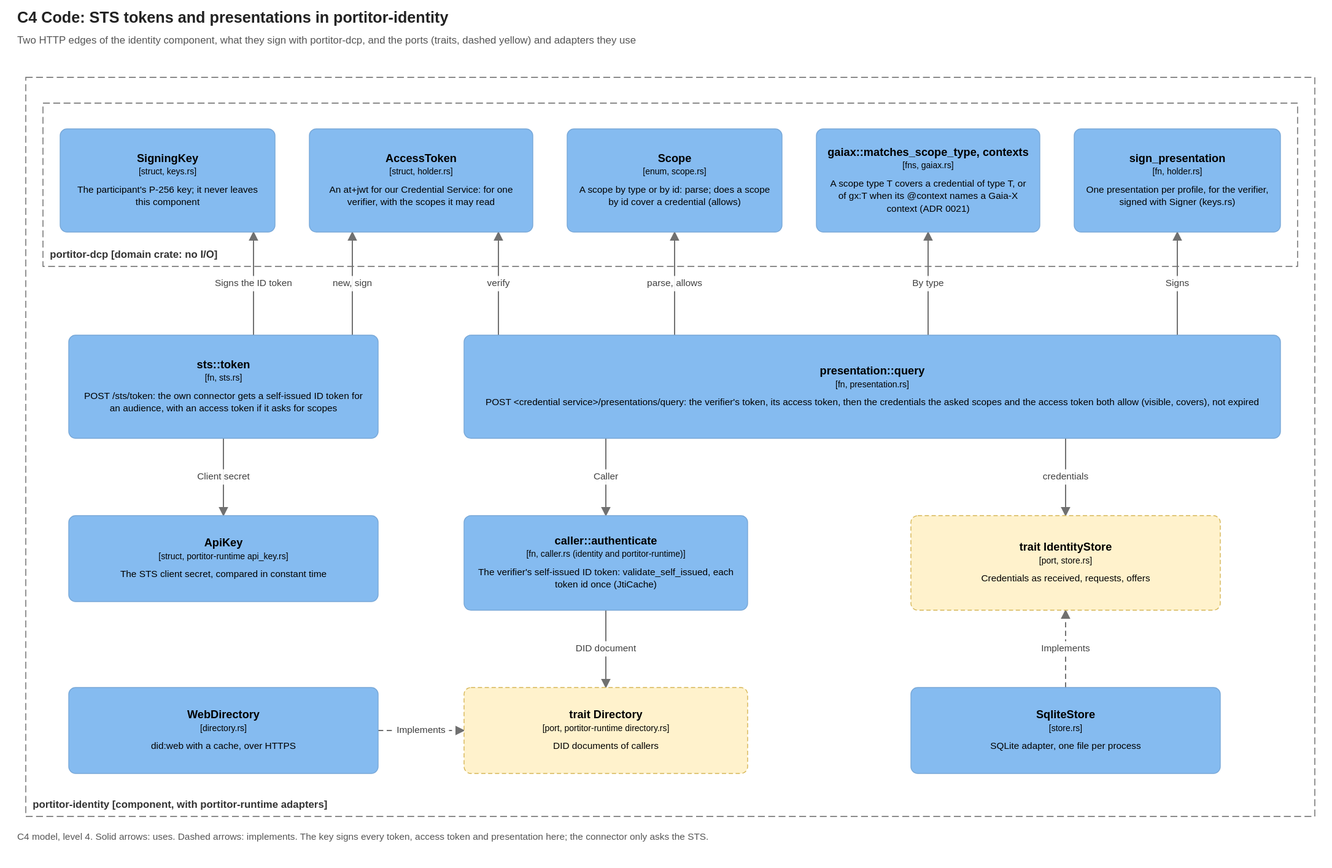
The draw.io diagram docs/diagrams/c4-presentation-code.drawio.svg in brunopacheco1/portitor, before a commit. Source tidied: cells renumbered, new cells last; positions are measured from the earlier drawing's top-left corner, leaving out a move shared by most shapes.
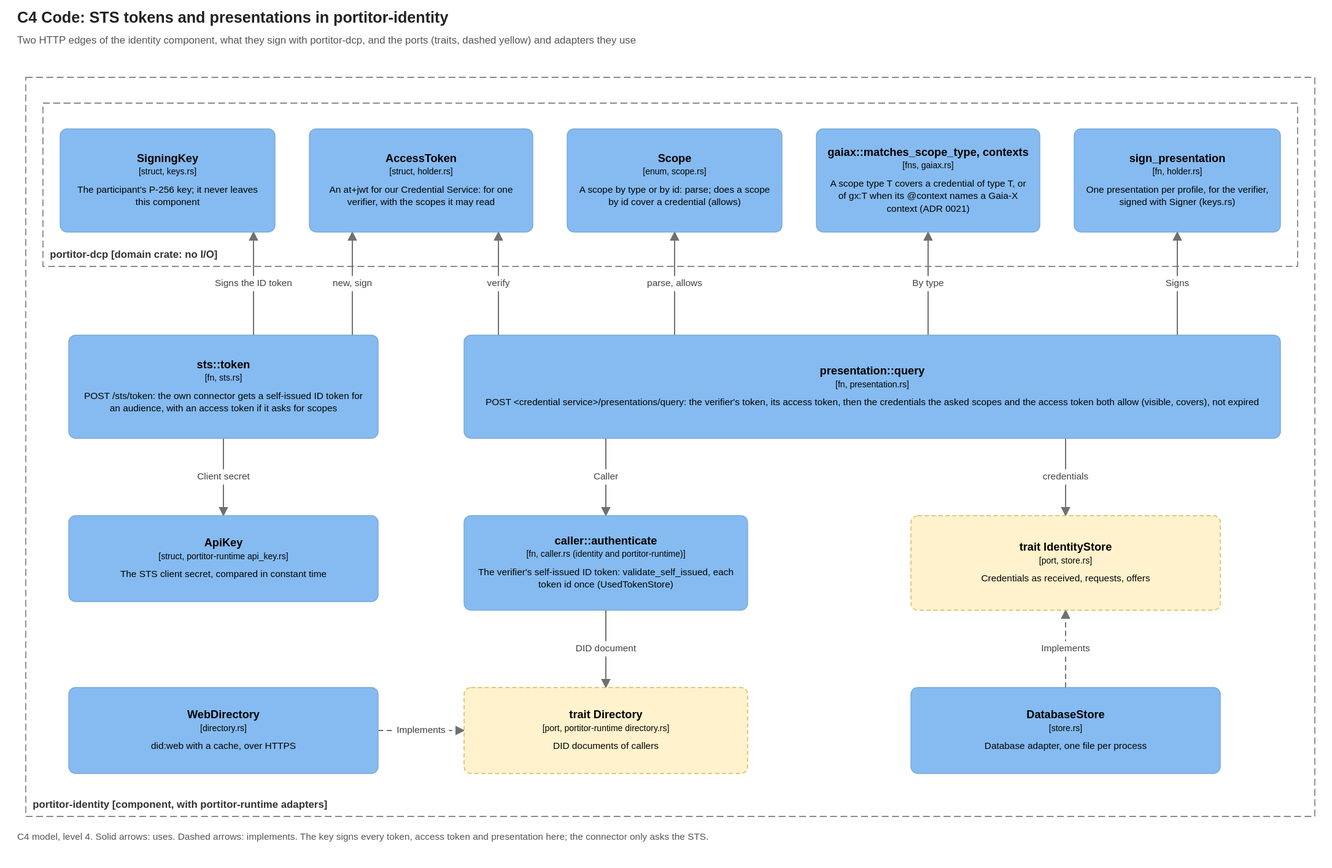
Above is the later version.

The edit, as a diff of the source:
```diff
@@ -47,7 +47,7 @@
     <mxCell id="16" value="Implements" style="endArrow=blockThin;endFill=1;html=1;rounded=0;strokeColor=#707070;fontSize=11;fontColor=#404040;labelBackgroundColor=#FFFFFF;dashed=1;exitX=1.000;exitY=0.500;exitPerimeter=0;entryX=0.000;entryY=0.500;entryPerimeter=0;" parent="1" edge="1" source="29" target="28">
       <mxGeometry relative="1" as="geometry" />
     </mxCell>
-    <mxCell id="17" value="Implements" style="endArrow=blockThin;endFill=1;html=1;rounded=0;strokeColor=#707070;fontSize=11;fontColor=#404040;labelBackgroundColor=#FFFFFF;dashed=1;exitX=0.500;exitY=0.000;exitPerimeter=0;entryX=0.500;entryY=1.000;entryPerimeter=0;" parent="1" edge="1" source="30" target="27">
+    <mxCell id="17" value="Implements" style="endArrow=blockThin;endFill=1;html=1;rounded=0;strokeColor=#707070;fontSize=11;fontColor=#404040;labelBackgroundColor=#FFFFFF;dashed=1;exitX=0.500;exitY=0.000;exitPerimeter=0;entryX=0.500;entryY=1.000;entryPerimeter=0;" parent="1" edge="1" source="32" target="27">
       <mxGeometry relative="1" as="geometry" />
     </mxCell>
     <mxCell id="18" value="&lt;b&gt;SigningKey&lt;/b&gt;&lt;br&gt;&lt;font style=&quot;font-size:10px&quot;&gt;[struct, keys.rs]&lt;/font&gt;&lt;br&gt;&lt;br&gt;&lt;font style=&quot;font-size:11px&quot;&gt;The participant&amp;#x27;s P-256 key; it never leaves this component&lt;/font&gt;" style="rounded=1;arcSize=8;whiteSpace=wrap;html=1;fillColor=#85BBF0;strokeColor=#78A8D8;fontColor=#000000;fontSize=13;align=center;verticalAlign=middle;c4Kind=component;c4Name=SigningKey;" parent="1" vertex="1">
@@ -74,7 +74,7 @@
     <mxCell id="25" value="&lt;b&gt;ApiKey&lt;/b&gt;&lt;br&gt;&lt;font style=&quot;font-size:10px&quot;&gt;[struct, portitor-runtime api_key.rs]&lt;/font&gt;&lt;br&gt;&lt;br&gt;&lt;font style=&quot;font-size:11px&quot;&gt;The STS client secret, compared in constant time&lt;/font&gt;" style="rounded=1;arcSize=8;whiteSpace=wrap;html=1;fillColor=#85BBF0;strokeColor=#78A8D8;fontColor=#000000;fontSize=13;align=center;verticalAlign=middle;c4Kind=component;c4Name=ApiKey;" parent="1" vertex="1">
       <mxGeometry x="60" y="590" width="360" height="100" as="geometry" />
     </mxCell>
-    <mxCell id="26" value="&lt;b&gt;caller::authenticate&lt;/b&gt;&lt;br&gt;&lt;font style=&quot;font-size:10px&quot;&gt;[fn, caller.rs (identity and portitor-runtime)]&lt;/font&gt;&lt;br&gt;&lt;br&gt;&lt;font style=&quot;font-size:11px&quot;&gt;The verifier&amp;#x27;s self-issued ID token: validate_self_issued, each token id once (JtiCache)&lt;/font&gt;" style="rounded=1;arcSize=8;whiteSpace=wrap;html=1;fillColor=#85BBF0;strokeColor=#78A8D8;fontColor=#000000;fontSize=13;align=center;verticalAlign=middle;c4Kind=component;c4Name=caller::authenticate;" parent="1" vertex="1">
+    <mxCell id="26" value="&lt;b&gt;caller::authenticate&lt;/b&gt;&lt;br&gt;&lt;font style=&quot;font-size:10px&quot;&gt;[fn, caller.rs (identity and portitor-runtime)]&lt;/font&gt;&lt;br&gt;&lt;br&gt;&lt;font style=&quot;font-size:11px&quot;&gt;The verifier&amp;#x27;s self-issued ID token: validate_self_issued, each token id once (UsedTokenStore)&lt;/font&gt;" style="rounded=1;arcSize=8;whiteSpace=wrap;html=1;fillColor=#85BBF0;strokeColor=#78A8D8;fontColor=#000000;fontSize=13;align=center;verticalAlign=middle;c4Kind=component;c4Name=caller::authenticate;" parent="1" vertex="1">
       <mxGeometry x="520" y="590" width="330" height="110" as="geometry" />
     </mxCell>
     <mxCell id="27" value="&lt;b&gt;trait IdentityStore&lt;/b&gt;&lt;br&gt;&lt;font style=&quot;font-size:10px&quot;&gt;[port, store.rs]&lt;/font&gt;&lt;br&gt;&lt;br&gt;&lt;font style=&quot;font-size:11px&quot;&gt;Credentials as received, requests, offers&lt;/font&gt;" style="rounded=1;arcSize=8;whiteSpace=wrap;html=1;fillColor=#FFF2CC;strokeColor=#D6B656;dashed=1;dashPattern=5 3;fontColor=#000000;fontSize=13;align=center;verticalAlign=middle;c4Kind=port;c4Name=trait IdentityStore;" parent="1" vertex="1">
@@ -86,9 +86,9 @@
     <mxCell id="29" value="&lt;b&gt;WebDirectory&lt;/b&gt;&lt;br&gt;&lt;font style=&quot;font-size:10px&quot;&gt;[directory.rs]&lt;/font&gt;&lt;br&gt;&lt;br&gt;&lt;font style=&quot;font-size:11px&quot;&gt;did:web with a cache, over HTTPS&lt;/font&gt;" style="rounded=1;arcSize=8;whiteSpace=wrap;html=1;fillColor=#85BBF0;strokeColor=#78A8D8;fontColor=#000000;fontSize=13;align=center;verticalAlign=middle;c4Kind=component;c4Name=WebDirectory;" parent="1" vertex="1">
       <mxGeometry x="60" y="790" width="360" height="100" as="geometry" />
     </mxCell>
-    <mxCell id="30" value="&lt;b&gt;SqliteStore&lt;/b&gt;&lt;br&gt;&lt;font style=&quot;font-size:10px&quot;&gt;[store.rs]&lt;/font&gt;&lt;br&gt;&lt;br&gt;&lt;font style=&quot;font-size:11px&quot;&gt;SQLite adapter, one file per process&lt;/font&gt;" style="rounded=1;arcSize=8;whiteSpace=wrap;html=1;fillColor=#85BBF0;strokeColor=#78A8D8;fontColor=#000000;fontSize=13;align=center;verticalAlign=middle;c4Kind=component;c4Name=SqliteStore;" parent="1" vertex="1">
-      <mxGeometry x="1040" y="790" width="360" height="100" as="geometry" />
-    </mxCell>
+    <mxCell id="32" value="&lt;b&gt;DatabaseStore&lt;/b&gt;&lt;br&gt;&lt;font style=&quot;font-size:10px&quot;&gt;[store.rs]&lt;/font&gt;&lt;br&gt;&lt;br&gt;&lt;font style=&quot;font-size:11px&quot;&gt;Database adapter, one file per process&lt;/font&gt;" style="rounded=1;arcSize=8;whiteSpace=wrap;html=1;fillColor=#85BBF0;strokeColor=#78A8D8;fontColor=#000000;fontSize=13;align=center;verticalAlign=middle;c4Kind=component;c4Name=DatabaseStore;" parent="1" vertex="1">
+      <mxGeometry x="1040" y="790" width="360" height="100" as="geometry" />
+    </mxCell>
     <mxCell id="31" value="C4 model, level 4. Solid arrows: uses. Dashed arrows: implements. The key signs every token, access token and presentation here; the connector only asks the STS." style="text;html=1;align=left;verticalAlign=top;fontSize=11;fontStyle=0;fontColor=#555555;whiteSpace=wrap;" parent="1" vertex="1">
       <mxGeometry y="955" width="1510" height="18.5" as="geometry" />
     </mxCell>
```
